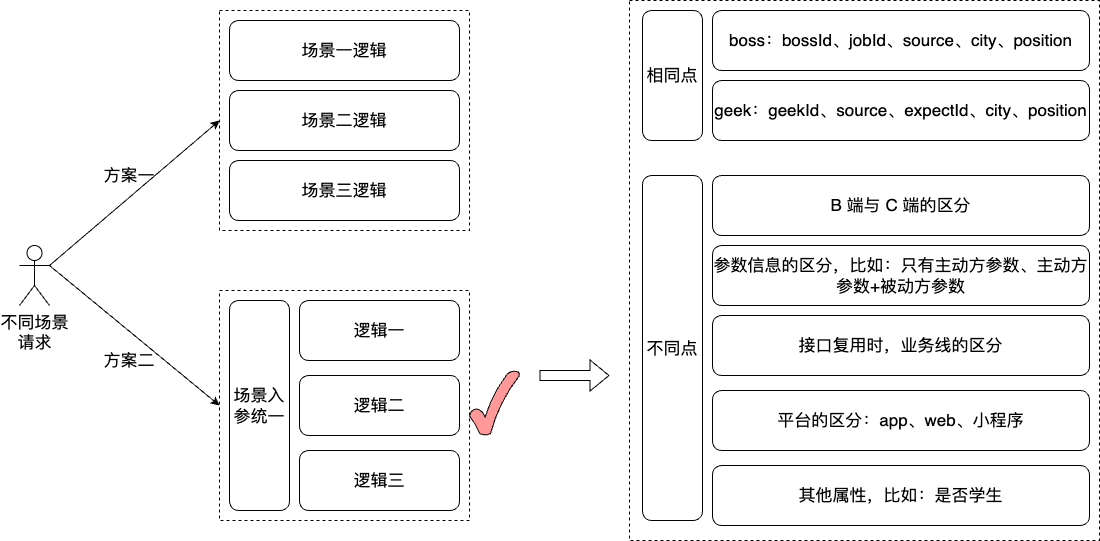
Above: work-draw-file/场景接入的方案.png in liujunao/draw-data (draw.io), before the change. Source tidied: cells renumbered, new cells last; positions are measured from the earlier drawing's top-left corner, leaving out a move shared by most shapes.
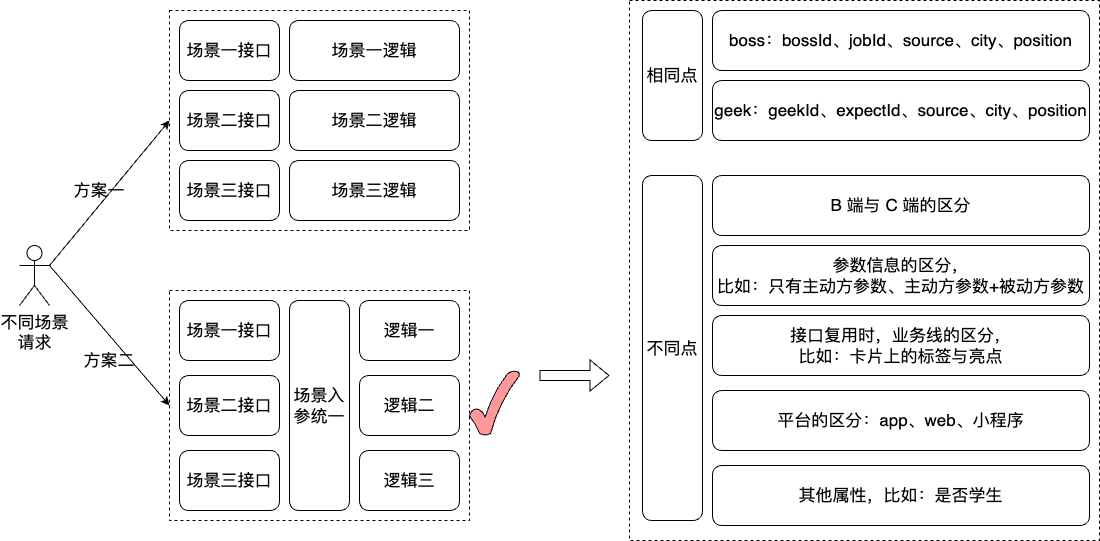
The same diagram one commit later.

Commit message:
更新场景接入的方案.png

Change to the diagram source:
```diff
@@ -6,31 +6,31 @@
       <mxGeometry x="610" width="470" height="540" as="geometry" />
     </mxCell>
     <mxCell id="3" style="rounded=0;whiteSpace=wrap;html=1;dashed=1;" parent="1" vertex="1">
-      <mxGeometry x="200" y="290" width="250" height="230" as="geometry" />
+      <mxGeometry x="150" y="290" width="300" height="230" as="geometry" />
     </mxCell>
     <mxCell id="4" style="rounded=0;whiteSpace=wrap;html=1;dashed=1;" parent="1" vertex="1">
-      <mxGeometry x="200" y="10" width="250" height="220" as="geometry" />
+      <mxGeometry x="150" y="10" width="300" height="220" as="geometry" />
     </mxCell>
     <mxCell id="5" value="&lt;font size=&quot;3&quot;&gt;场景一逻辑&lt;/font&gt;" style="rounded=1;whiteSpace=wrap;html=1;" parent="1" vertex="1">
-      <mxGeometry x="210" y="20" width="230" height="60" as="geometry" />
+      <mxGeometry x="270" y="20" width="170" height="60" as="geometry" />
     </mxCell>
     <mxCell id="6" value="&lt;font size=&quot;3&quot;&gt;场景入参统一&lt;/font&gt;" style="rounded=1;whiteSpace=wrap;html=1;" parent="1" vertex="1">
-      <mxGeometry x="210" y="300" width="60" height="210" as="geometry" />
+      <mxGeometry x="270" y="300" width="60" height="210" as="geometry" />
     </mxCell>
     <mxCell id="7" value="&lt;font size=&quot;3&quot;&gt;逻辑一&lt;/font&gt;" style="rounded=1;whiteSpace=wrap;html=1;" parent="1" vertex="1">
-      <mxGeometry x="280" y="300" width="160" height="60" as="geometry" />
+      <mxGeometry x="340" y="300" width="100" height="60" as="geometry" />
     </mxCell>
     <mxCell id="8" value="&lt;font size=&quot;3&quot;&gt;场景二逻辑&lt;/font&gt;" style="rounded=1;whiteSpace=wrap;html=1;" parent="1" vertex="1">
-      <mxGeometry x="210" y="90" width="230" height="60" as="geometry" />
+      <mxGeometry x="270" y="90" width="170" height="60" as="geometry" />
     </mxCell>
     <mxCell id="9" value="&lt;font size=&quot;3&quot;&gt;场景三逻辑&lt;/font&gt;" style="rounded=1;whiteSpace=wrap;html=1;" parent="1" vertex="1">
-      <mxGeometry x="210" y="160" width="230" height="60" as="geometry" />
+      <mxGeometry x="270" y="160" width="170" height="60" as="geometry" />
     </mxCell>
     <mxCell id="10" value="&lt;font size=&quot;3&quot;&gt;逻辑二&lt;/font&gt;" style="rounded=1;whiteSpace=wrap;html=1;" parent="1" vertex="1">
-      <mxGeometry x="280" y="375" width="160" height="60" as="geometry" />
+      <mxGeometry x="340" y="375" width="100" height="60" as="geometry" />
     </mxCell>
     <mxCell id="11" value="&lt;font size=&quot;3&quot;&gt;逻辑三&lt;/font&gt;" style="rounded=1;whiteSpace=wrap;html=1;" parent="1" vertex="1">
-      <mxGeometry x="280" y="450" width="160" height="60" as="geometry" />
+      <mxGeometry x="340" y="450" width="100" height="60" as="geometry" />
     </mxCell>
     <mxCell id="12" style="rounded=0;jettySize=auto;html=1;exitX=1;exitY=0.3333333333333333;exitDx=0;exitDy=0;exitPerimeter=0;entryX=0;entryY=0.5;entryDx=0;entryDy=0;" parent="1" edge="1" source="14" target="4">
       <mxGeometry relative="1" as="geometry" />
@@ -42,10 +42,10 @@
       <mxGeometry y="245" width="30" height="60" as="geometry" />
     </mxCell>
     <mxCell id="15" value="&lt;font size=&quot;3&quot;&gt;方案一&lt;/font&gt;" style="text;html=1;strokeColor=none;fillColor=none;align=center;verticalAlign=middle;whiteSpace=wrap;rounded=0;" parent="1" vertex="1">
-      <mxGeometry x="80" y="160" width="60" height="30" as="geometry" />
+      <mxGeometry x="50" y="175" width="60" height="30" as="geometry" />
     </mxCell>
     <mxCell id="16" value="&lt;font size=&quot;3&quot;&gt;方案二&lt;/font&gt;" style="text;html=1;strokeColor=none;fillColor=none;align=center;verticalAlign=middle;whiteSpace=wrap;rounded=0;" parent="1" vertex="1">
-      <mxGeometry x="80" y="345" width="60" height="30" as="geometry" />
+      <mxGeometry x="60" y="345" width="60" height="30" as="geometry" />
     </mxCell>
     <mxCell id="17" style="verticalLabelPosition=bottom;verticalAlign=top;html=1;shape=mxgraph.basic.tick;fillColor=#FF9999;" parent="1" vertex="1">
       <mxGeometry x="450" y="370" width="50" height="65" as="geometry" />
@@ -56,7 +56,7 @@
     <mxCell id="19" value="&lt;font size=&quot;3&quot;&gt;boss：bossId、jobId、source、city、position&lt;/font&gt;" style="rounded=1;whiteSpace=wrap;html=1;" parent="1" vertex="1">
       <mxGeometry x="693" y="10" width="377" height="60" as="geometry" />
     </mxCell>
-    <mxCell id="20" value="&lt;font size=&quot;3&quot;&gt;geek：geekId、source、expectId、city、position&lt;/font&gt;" style="rounded=1;whiteSpace=wrap;html=1;" parent="1" vertex="1">
+    <mxCell id="20" value="&lt;font size=&quot;3&quot;&gt;geek：geekId、expectId、source、city、position&lt;/font&gt;" style="rounded=1;whiteSpace=wrap;html=1;" parent="1" vertex="1">
       <mxGeometry x="693" y="80" width="377" height="60" as="geometry" />
     </mxCell>
     <mxCell id="21" value="&lt;font size=&quot;3&quot;&gt;不同点&lt;/font&gt;" style="rounded=1;whiteSpace=wrap;html=1;" parent="1" vertex="1">
@@ -68,13 +68,13 @@
     <mxCell id="23" value="&lt;font size=&quot;3&quot;&gt;平台的区分：app、web、小程序&lt;/font&gt;" style="rounded=1;whiteSpace=wrap;html=1;" parent="1" vertex="1">
       <mxGeometry x="693" y="390" width="377" height="60" as="geometry" />
     </mxCell>
-    <mxCell id="24" value="&lt;font size=&quot;3&quot;&gt;参数信息的区分，比如：只有主动方参数、主动方参数+被动方参数&lt;/font&gt;" style="rounded=1;whiteSpace=wrap;html=1;" parent="1" vertex="1">
+    <mxCell id="24" value="&lt;font size=&quot;3&quot;&gt;参数信息的区分，&lt;br&gt;比如：只有主动方参数、主动方参数+被动方参数&lt;/font&gt;" style="rounded=1;whiteSpace=wrap;html=1;" parent="1" vertex="1">
       <mxGeometry x="693" y="245" width="377" height="60" as="geometry" />
     </mxCell>
     <mxCell id="25" value="&lt;font size=&quot;3&quot;&gt;其他属性，比如：是否学生&lt;/font&gt;" style="rounded=1;whiteSpace=wrap;html=1;" parent="1" vertex="1">
       <mxGeometry x="693" y="465" width="377" height="60" as="geometry" />
     </mxCell>
-    <mxCell id="26" value="&lt;font size=&quot;3&quot;&gt;接口复用时，业务线的区分&lt;/font&gt;" style="rounded=1;whiteSpace=wrap;html=1;" parent="1" vertex="1">
+    <mxCell id="26" value="&lt;font size=&quot;3&quot;&gt;接口复用时，业务线的区分，&lt;br&gt;比如：卡片上的标签与亮点&lt;/font&gt;" style="rounded=1;whiteSpace=wrap;html=1;" parent="1" vertex="1">
       <mxGeometry x="693" y="315" width="377" height="60" as="geometry" />
     </mxCell>
     <mxCell id="27" style="shape=flexArrow;endArrow=classic;html=1;rounded=0;" parent="1" edge="1">
@@ -83,5 +83,23 @@
         <mxPoint x="590" y="375" as="targetPoint" />
       </mxGeometry>
     </mxCell>
+    <mxCell id="28" value="&lt;font size=&quot;3&quot;&gt;场景一接口&lt;/font&gt;" style="rounded=1;whiteSpace=wrap;html=1;" parent="1" vertex="1">
+      <mxGeometry x="160" y="20" width="100" height="60" as="geometry" />
+    </mxCell>
+    <mxCell id="29" value="&lt;font size=&quot;3&quot;&gt;场景二接口&lt;/font&gt;" style="rounded=1;whiteSpace=wrap;html=1;" parent="1" vertex="1">
+      <mxGeometry x="160" y="90" width="100" height="60" as="geometry" />
+    </mxCell>
+    <mxCell id="30" value="&lt;font size=&quot;3&quot;&gt;场景三接口&lt;/font&gt;" style="rounded=1;whiteSpace=wrap;html=1;" parent="1" vertex="1">
+      <mxGeometry x="160" y="160" width="100" height="60" as="geometry" />
+    </mxCell>
+    <mxCell id="31" value="&lt;font size=&quot;3&quot;&gt;场景一接口&lt;/font&gt;" style="rounded=1;whiteSpace=wrap;html=1;" parent="1" vertex="1">
+      <mxGeometry x="160" y="300" width="100" height="60" as="geometry" />
+    </mxCell>
+    <mxCell id="32" value="&lt;font size=&quot;3&quot;&gt;场景二接口&lt;/font&gt;" style="rounded=1;whiteSpace=wrap;html=1;" parent="1" vertex="1">
+      <mxGeometry x="160" y="375" width="100" height="60" as="geometry" />
+    </mxCell>
+    <mxCell id="33" value="&lt;font size=&quot;3&quot;&gt;场景三接口&lt;/font&gt;" style="rounded=1;whiteSpace=wrap;html=1;" parent="1" vertex="1">
+      <mxGeometry x="160" y="450" width="100" height="60" as="geometry" />
+    </mxCell>
   </root>
 </mxGraphModel>
```
